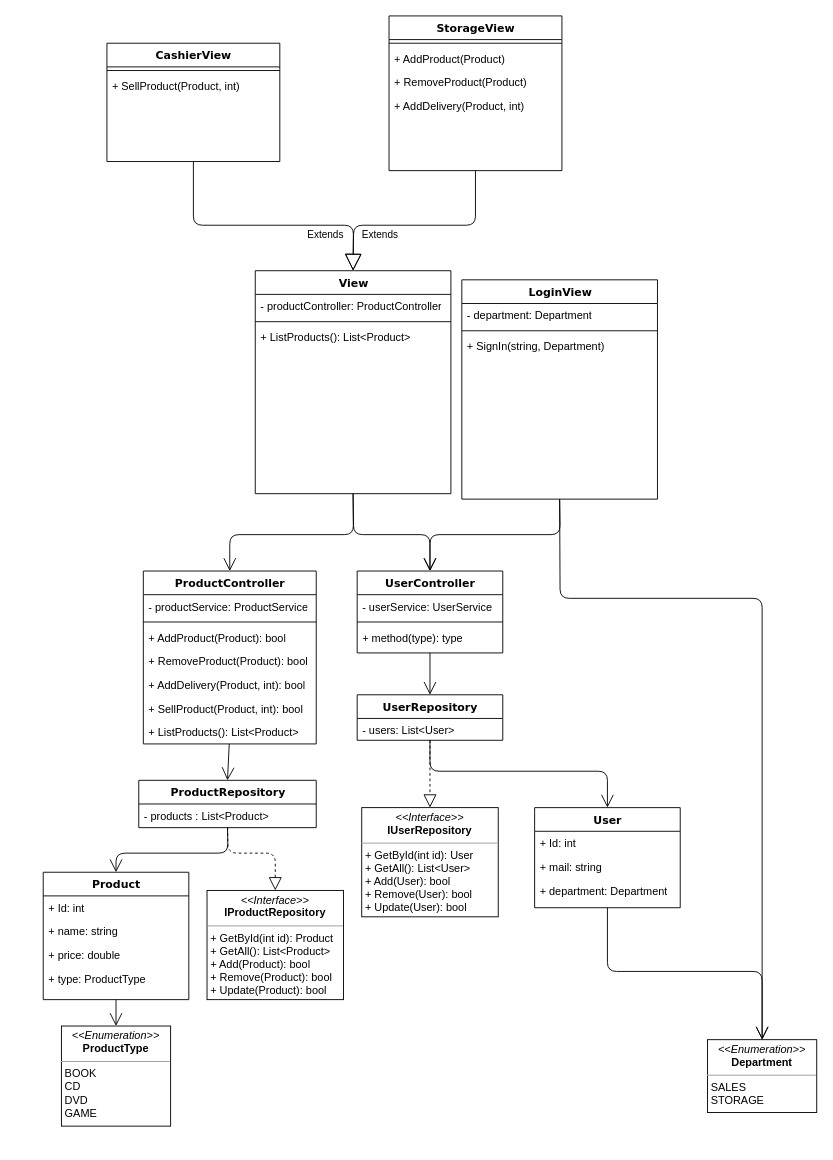
Above: ClassDiagram_MediaShop.drawio in fabianfroding/.net-forms (draw.io), before the change. Source tidied: cells renumbered, new cells numbered last; positions are measured from the earlier drawing's top-left corner, leaving out a move shared by most shapes. Both pictures are drawn from the tidied source at 91%, with x=0, y=0 at pixel (43, 15).
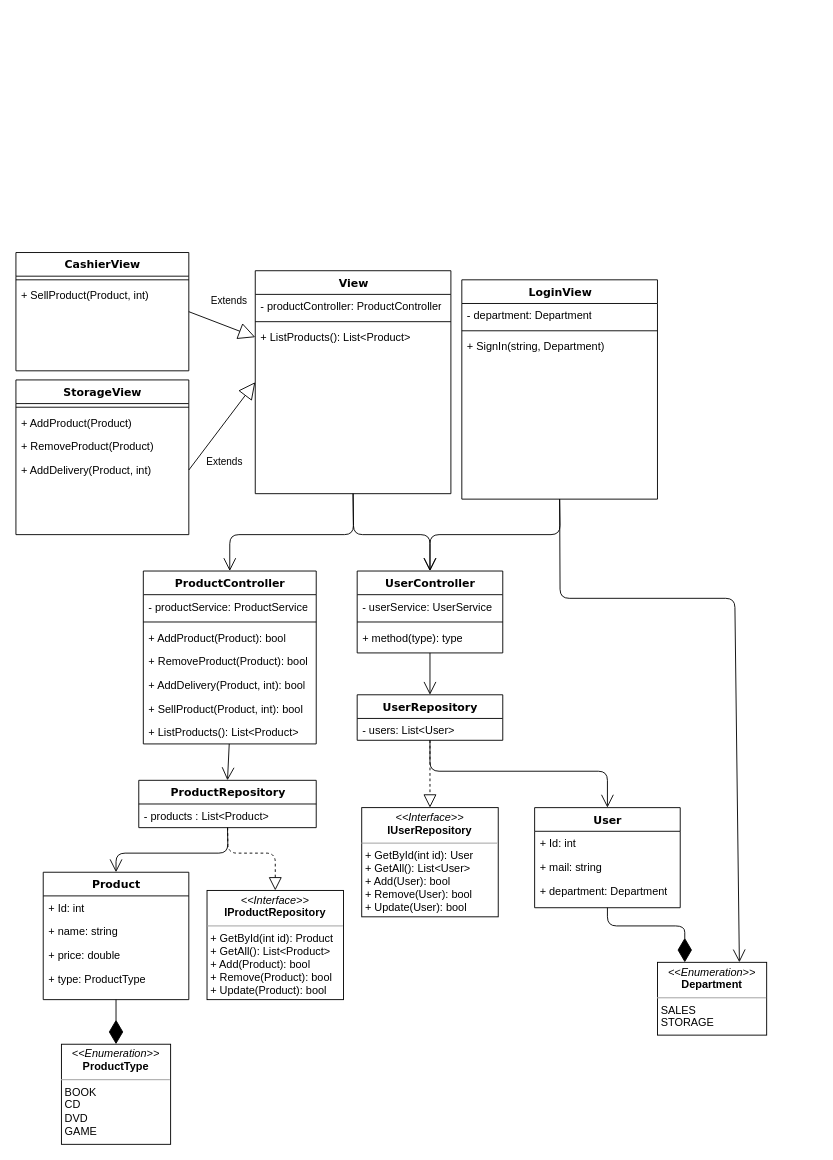
The same page after the edit.

Commit message (it also covers changes not shown here):
Worked on class diagram and documentation. Made changes to Product model.

The change refers to these unchanged cells:
```xml
<mxCell id="2" value="Product" style="swimlane;html=1;fontStyle=1;align=center;verticalAlign=top;horizontal=1;startSize=26;swimlaneFillColor=#ffffff;rounded=0;shadow=0;comic=0;labelBackgroundColor=none;strokeWidth=1;fillColor=none;fontFamily=Verdana;fontSize=12;" parent="1" vertex="1">
  <mxGeometry y="941" width="160" height="140" as="geometry" />
</mxCell>
<mxCell id="19" value="View" style="swimlane;html=1;fontStyle=1;align=center;verticalAlign=top;horizontal=1;startSize=26;swimlaneFillColor=#ffffff;rounded=0;shadow=0;comic=0;labelBackgroundColor=none;strokeWidth=1;fillColor=none;fontFamily=Verdana;fontSize=12;" parent="1" vertex="1">
  <mxGeometry x="233" y="280" width="215" height="245" as="geometry" />
</mxCell>
<mxCell id="22" value="+ ListProducts(): List&amp;lt;Product&amp;gt;" style="text;html=1;strokeColor=none;fillColor=none;align=left;verticalAlign=top;spacingLeft=4;spacingRight=4;whiteSpace=wrap;overflow=hidden;points=[[0,0.5],[1,0.5]];portConstraint=eastwest;" parent="19" vertex="1">
  <mxGeometry y="60" width="215" height="26" as="geometry" />
</mxCell>
<mxCell id="41" value="+ AddDelivery(Product, int)" style="text;html=1;strokeColor=none;fillColor=none;align=left;verticalAlign=top;spacingLeft=4;spacingRight=4;whiteSpace=wrap;overflow=hidden;points=[[0,0.5],[1,0.5]];portConstraint=eastwest;" parent="37" vertex="1">
  <mxGeometry y="86" width="190" height="26" as="geometry" />
</mxCell>
<mxCell id="47" value="User" style="swimlane;html=1;fontStyle=1;align=center;verticalAlign=top;horizontal=1;startSize=26;swimlaneFillColor=#ffffff;rounded=0;shadow=0;comic=0;labelBackgroundColor=none;strokeWidth=1;fillColor=none;fontFamily=Verdana;fontSize=12;" parent="1" vertex="1">
  <mxGeometry x="540" y="870" width="160" height="110" as="geometry" />
</mxCell>
<mxCell id="53" value="LoginView" style="swimlane;html=1;fontStyle=1;align=center;verticalAlign=top;horizontal=1;startSize=26;swimlaneFillColor=#ffffff;rounded=0;shadow=0;comic=0;labelBackgroundColor=none;strokeWidth=1;fillColor=none;fontFamily=Verdana;fontSize=12;" parent="1" vertex="1">
  <mxGeometry x="460" y="290" width="215" height="241" as="geometry" />
</mxCell>
```

Change to the diagram source:
```diff
@@
     <mxCell id="35" value="&lt;p style=&quot;margin: 0px ; margin-top: 4px ; text-align: center&quot;&gt;&lt;i&gt;&amp;lt;&amp;lt;Enumeration&amp;gt;&amp;gt;&lt;/i&gt;&lt;br&gt;&lt;b&gt;ProductType&lt;/b&gt;&lt;/p&gt;&lt;hr size=&quot;1&quot;&gt;&lt;p style=&quot;margin: 0px ; margin-left: 4px&quot;&gt;BOOK&lt;/p&gt;&lt;p style=&quot;margin: 0px ; margin-left: 4px&quot;&gt;CD&lt;/p&gt;&lt;p style=&quot;margin: 0px ; margin-left: 4px&quot;&gt;DVD&lt;/p&gt;&lt;p style=&quot;margin: 0px ; margin-left: 4px&quot;&gt;GAME&lt;/p&gt;" style="verticalAlign=top;align=left;overflow=fill;fontSize=12;fontFamily=Helvetica;html=1;" parent="1" vertex="1">
-      <mxGeometry x="20" y="1110" width="120" height="110" as="geometry" />
+      <mxGeometry x="20" y="1130" width="120" height="110" as="geometry" />
     </mxCell>
-    <mxCell id="36" style="endArrow=open;endFill=1;endSize=12;html=1;entryX=0.5;entryY=0;entryDx=0;entryDy=0;exitX=0.5;exitY=1;exitDx=0;exitDy=0;" parent="1" edge="1" source="2" target="35">
-      <mxGeometry relative="1" as="geometry" />
-    </mxCell>
     <mxCell id="37" value="StorageView" style="swimlane;html=1;fontStyle=1;align=center;verticalAlign=top;horizontal=1;startSize=26;swimlaneFillColor=#ffffff;rounded=0;shadow=0;comic=0;labelBackgroundColor=none;strokeWidth=1;fillColor=none;fontFamily=Verdana;fontSize=12;" parent="1" vertex="1">
-      <mxGeometry x="380" width="190" height="170" as="geometry" />
+      <mxGeometry x="-30" y="400" width="190" height="170" as="geometry" />
     </mxCell>
@@
     <mxCell id="42" value="CashierView" style="swimlane;html=1;fontStyle=1;align=center;verticalAlign=top;horizontal=1;startSize=26;swimlaneFillColor=#ffffff;rounded=0;shadow=0;comic=0;labelBackgroundColor=none;strokeWidth=1;fillColor=none;fontFamily=Verdana;fontSize=12;" parent="1" vertex="1">
-      <mxGeometry x="70" y="30" width="190" height="130" as="geometry" />
+      <mxGeometry x="-30" y="260" width="190" height="130" as="geometry" />
     </mxCell>
@@
-    <mxCell id="45" value="Extends" style="endArrow=block;endSize=16;endFill=0;html=1;exitX=0.5;exitY=1;exitDx=0;exitDy=0;entryX=0.5;entryY=0;entryDx=0;entryDy=0;" parent="1" edge="1" source="37" target="19">
-      <mxGeometry x="0.35" y="10" relative="1" as="geometry">
-        <Array as="points">
-          <mxPoint x="475" y="230" />
-          <mxPoint x="341" y="230" />
-        </Array>
-      </mxGeometry>
+    <mxCell id="45" value="Extends" style="endArrow=block;endSize=16;endFill=0;html=1;exitX=1;exitY=0.5;exitDx=0;exitDy=0;entryX=0;entryY=0.5;entryDx=0;entryDy=0;" parent="1" edge="1" source="41" target="19">
+      <mxGeometry x="-0.48" y="-26" relative="1" as="geometry" />
     </mxCell>
-    <mxCell id="46" value="Extends" style="endArrow=block;endSize=16;endFill=0;html=1;exitX=0.5;exitY=1;exitDx=0;exitDy=0;entryX=0.5;entryY=0;entryDx=0;entryDy=0;" parent="1" edge="1" source="42" target="19">
-      <mxGeometry x="0.45" y="-10" relative="1" as="geometry">
-        <Array as="points">
-          <mxPoint x="165" y="230" />
-          <mxPoint x="341" y="230" />
-        </Array>
+    <mxCell id="46" value="Extends" style="endArrow=block;endSize=16;endFill=0;html=1;exitX=1;exitY=0.5;exitDx=0;exitDy=0;entryX=0;entryY=0.5;entryDx=0;entryDy=0;" parent="1" edge="1" source="42" target="22">
+      <mxGeometry x="-0.07" y="27" relative="1" as="geometry">
+        <mxPoint x="1" as="offset" />
       </mxGeometry>
     </mxCell>
@@
     <mxCell id="51" value="&lt;p style=&quot;margin: 0px ; margin-top: 4px ; text-align: center&quot;&gt;&lt;i&gt;&amp;lt;&amp;lt;Enumeration&amp;gt;&amp;gt;&lt;/i&gt;&lt;br&gt;&lt;b&gt;Department&lt;/b&gt;&lt;/p&gt;&lt;hr size=&quot;1&quot;&gt;&lt;p style=&quot;margin: 0px ; margin-left: 4px&quot;&gt;SALES&lt;/p&gt;&lt;p style=&quot;margin: 0px ; margin-left: 4px&quot;&gt;&lt;span&gt;STORAGE&lt;/span&gt;&lt;/p&gt;" style="verticalAlign=top;align=left;overflow=fill;fontSize=12;fontFamily=Helvetica;html=1;" parent="1" vertex="1">
-      <mxGeometry x="730" y="1125" width="120" height="80" as="geometry" />
+      <mxGeometry x="675" y="1040" width="120" height="80" as="geometry" />
     </mxCell>
-    <mxCell id="52" style="endArrow=open;endFill=1;endSize=12;html=1;exitX=0.5;exitY=1;exitDx=0;exitDy=0;" parent="1" edge="1" source="47" target="51">
-      <mxGeometry relative="1" as="geometry">
-        <Array as="points">
-          <mxPoint x="620" y="1050" />
-          <mxPoint x="790" y="1050" />
-        </Array>
-      </mxGeometry>
-    </mxCell>
@@
-    <mxCell id="60" style="endArrow=open;endFill=1;endSize=12;html=1;exitX=0.5;exitY=1;exitDx=0;exitDy=0;entryX=0.5;entryY=0;entryDx=0;entryDy=0;" parent="1" edge="1" source="53" target="51">
+    <mxCell id="60" style="endArrow=open;endFill=1;endSize=12;html=1;exitX=0.5;exitY=1;exitDx=0;exitDy=0;entryX=0.75;entryY=0;entryDx=0;entryDy=0;" parent="1" edge="1" source="53" target="51">
       <mxGeometry relative="1" as="geometry">
         <Array as="points">
           <mxPoint x="568" y="640" />
-          <mxPoint x="790" y="640" />
+          <mxPoint x="760" y="640" />
         </Array>
       </mxGeometry>
     </mxCell>
+    <mxCell id="36" style="endArrow=diamondThin;endFill=1;endSize=24;html=1;entryX=0.5;entryY=0;entryDx=0;entryDy=0;exitX=0.5;exitY=1;exitDx=0;exitDy=0;" parent="1" edge="1" source="2" target="35">
+      <mxGeometry relative="1" as="geometry" />
+    </mxCell>
+    <mxCell id="52" style="endArrow=diamondThin;endFill=1;endSize=24;html=1;entryX=0.25;entryY=0;entryDx=0;entryDy=0;exitX=0.5;exitY=1;exitDx=0;exitDy=0;" parent="1" edge="1" source="47" target="51">
+      <mxGeometry relative="1" as="geometry">
+        <Array as="points">
+          <mxPoint x="620" y="1000" />
+          <mxPoint x="705" y="1000" />
+        </Array>
+      </mxGeometry>
+    </mxCell>
```
